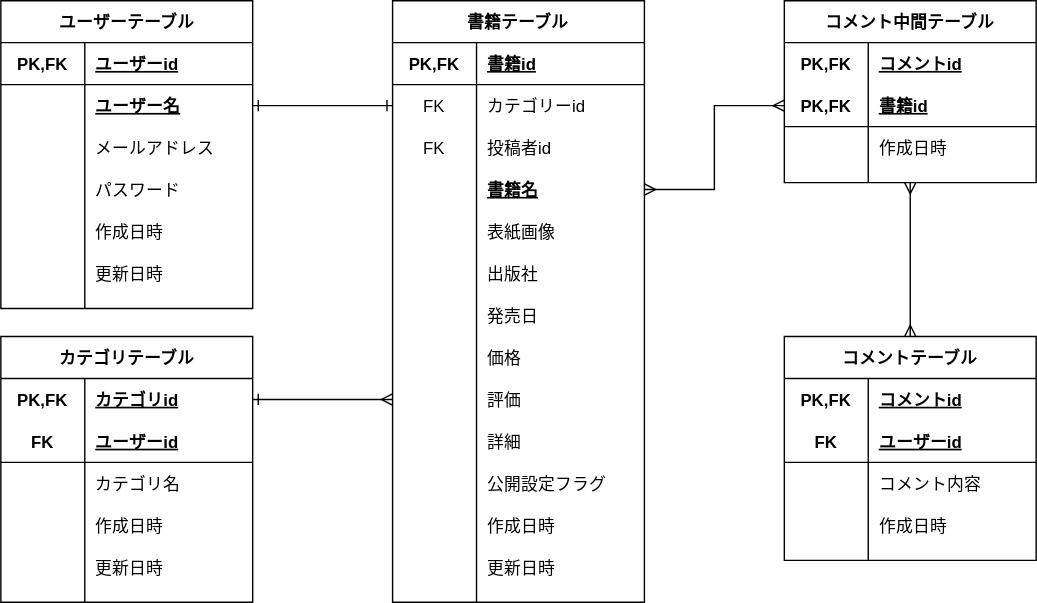
Earlier version of the draw.io export ERdiagram.drawio.svg (takumi98/EngineerBookshelf). Source tidied: cells renumbered, new cells last; positions are measured from the earlier drawing's top-left corner, leaving out a move shared by most shapes.
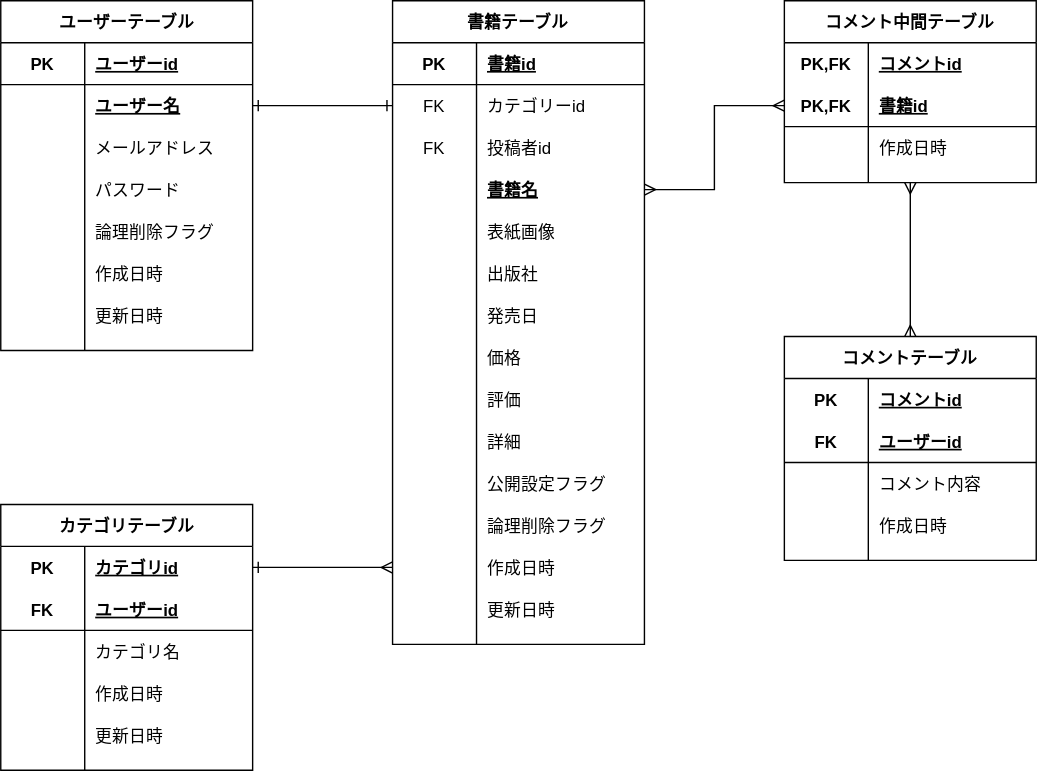
The same file after the commit.

Commit message:
[update]キーの整理

Change to the diagram source:
```diff
@@ -6,12 +6,12 @@
       <mxGeometry relative="1" as="geometry" />
     </mxCell>
     <mxCell id="3" value="ユーザーテーブル" style="shape=table;startSize=30;rowLines=0;fontStyle=1;align=center;" parent="1" vertex="1">
-      <mxGeometry width="180" height="220" as="geometry" />
+      <mxGeometry width="180" height="250" as="geometry" />
     </mxCell>
     <mxCell id="4" style="shape=partialRectangle;fillColor=none;top=0;left=0;bottom=1;right=0;" parent="3" vertex="1">
       <mxGeometry y="30" width="180" height="30" as="geometry" />
     </mxCell>
-    <mxCell id="5" value="PK,FK" style="shape=partialRectangle;fillColor=none;top=0;left=0;bottom=0;right=0;fontStyle=1;overflow=hidden;" parent="4" vertex="1">
+    <mxCell id="5" value="PK" style="shape=partialRectangle;fillColor=none;top=0;left=0;bottom=0;right=0;fontStyle=1;overflow=hidden;" parent="4" vertex="1">
       <mxGeometry width="60" height="30" as="geometry" />
     </mxCell>
     <mxCell id="6" value="ユーザーid" style="shape=partialRectangle;fillColor=none;top=0;left=0;bottom=0;right=0;align=left;spacingLeft=6;fontStyle=5;overflow=hidden;" parent="4" vertex="1">
@@ -50,11 +50,20 @@
     <mxCell id="17" style="shape=partialRectangle;fillColor=none;top=0;left=0;bottom=0;right=0;overflow=hidden;" parent="16" vertex="1">
       <mxGeometry width="60" height="30" as="geometry" />
     </mxCell>
-    <mxCell id="18" value="作成日時" style="shape=partialRectangle;fillColor=none;top=0;left=0;bottom=0;right=0;align=left;spacingLeft=6;overflow=hidden;" parent="16" vertex="1">
+    <mxCell id="18" value="論理削除フラグ" style="shape=partialRectangle;fillColor=none;top=0;left=0;bottom=0;right=0;align=left;spacingLeft=6;overflow=hidden;" parent="16" vertex="1">
       <mxGeometry x="60" width="120" height="30" as="geometry" />
     </mxCell>
+    <mxCell id="104" style="shape=partialRectangle;fillColor=none;top=0;left=0;bottom=0;right=0;" parent="3" vertex="1">
+      <mxGeometry y="180" width="180" height="30" as="geometry" />
+    </mxCell>
+    <mxCell id="105" style="shape=partialRectangle;fillColor=none;top=0;left=0;bottom=0;right=0;overflow=hidden;" parent="104" vertex="1">
+      <mxGeometry width="60" height="30" as="geometry" />
+    </mxCell>
+    <mxCell id="106" value="作成日時" style="shape=partialRectangle;fillColor=none;top=0;left=0;bottom=0;right=0;align=left;spacingLeft=6;overflow=hidden;" parent="104" vertex="1">
+      <mxGeometry x="60" width="120" height="30" as="geometry" />
+    </mxCell>
     <mxCell id="19" style="shape=partialRectangle;fillColor=none;top=0;left=0;bottom=0;right=0;" parent="3" vertex="1">
-      <mxGeometry y="180" width="180" height="30" as="geometry" />
+      <mxGeometry y="210" width="180" height="30" as="geometry" />
     </mxCell>
     <mxCell id="20" style="shape=partialRectangle;fillColor=none;top=0;left=0;bottom=0;right=0;overflow=hidden;" parent="19" vertex="1">
       <mxGeometry width="60" height="30" as="geometry" />
@@ -63,12 +72,12 @@
       <mxGeometry x="60" width="120" height="30" as="geometry" />
     </mxCell>
     <mxCell id="22" value="書籍テーブル" style="shape=table;startSize=30;rowLines=0;fontStyle=1;align=center;" parent="1" vertex="1">
-      <mxGeometry x="280" width="180" height="430" as="geometry" />
+      <mxGeometry x="280" width="180" height="460" as="geometry" />
     </mxCell>
     <mxCell id="23" style="shape=partialRectangle;fillColor=none;top=0;left=0;bottom=1;right=0;" parent="22" vertex="1">
       <mxGeometry y="30" width="180" height="30" as="geometry" />
     </mxCell>
-    <mxCell id="24" value="PK,FK" style="shape=partialRectangle;fillColor=none;top=0;left=0;bottom=0;right=0;fontStyle=1;overflow=hidden;" parent="23" vertex="1">
+    <mxCell id="24" value="PK" style="shape=partialRectangle;fillColor=none;top=0;left=0;bottom=0;right=0;fontStyle=1;overflow=hidden;" parent="23" vertex="1">
       <mxGeometry width="60" height="30" as="geometry" />
     </mxCell>
     <mxCell id="25" value="書籍id" style="shape=partialRectangle;fillColor=none;top=0;left=0;bottom=0;right=0;align=left;spacingLeft=6;fontStyle=5;overflow=hidden;" parent="23" vertex="1">
@@ -164,8 +173,17 @@
     <mxCell id="55" value="公開設定フラグ" style="shape=partialRectangle;fillColor=none;top=0;left=0;bottom=0;right=0;align=left;spacingLeft=6;overflow=hidden;" parent="53" vertex="1">
       <mxGeometry x="60" width="120" height="30" as="geometry" />
     </mxCell>
+    <mxCell id="107" style="shape=partialRectangle;fillColor=none;top=0;left=0;bottom=0;right=0;" parent="22" vertex="1">
+      <mxGeometry y="360" width="180" height="30" as="geometry" />
+    </mxCell>
+    <mxCell id="108" style="shape=partialRectangle;fillColor=none;top=0;left=0;bottom=0;right=0;overflow=hidden;" parent="107" vertex="1">
+      <mxGeometry width="60" height="30" as="geometry" />
+    </mxCell>
+    <mxCell id="109" value="論理削除フラグ" style="shape=partialRectangle;fillColor=none;top=0;left=0;bottom=0;right=0;align=left;spacingLeft=6;overflow=hidden;" parent="107" vertex="1">
+      <mxGeometry x="60" width="120" height="30" as="geometry" />
+    </mxCell>
     <mxCell id="56" style="shape=partialRectangle;fillColor=none;top=0;left=0;bottom=0;right=0;points=[[0,0.5],[1,0.5]];portConstraint=eastwest;" parent="22" vertex="1">
-      <mxGeometry y="360" width="180" height="30" as="geometry" />
+      <mxGeometry y="390" width="180" height="30" as="geometry" />
     </mxCell>
     <mxCell id="57" style="shape=partialRectangle;fillColor=none;top=0;left=0;bottom=0;right=0;overflow=hidden;" parent="56" vertex="1">
       <mxGeometry width="60" height="30" as="geometry" />
@@ -174,7 +192,7 @@
       <mxGeometry x="60" width="120" height="30" as="geometry" />
     </mxCell>
     <mxCell id="59" style="shape=partialRectangle;fillColor=none;top=0;left=0;bottom=0;right=0;" parent="22" vertex="1">
-      <mxGeometry y="390" width="180" height="30" as="geometry" />
+      <mxGeometry y="420" width="180" height="30" as="geometry" />
     </mxCell>
     <mxCell id="60" style="shape=partialRectangle;fillColor=none;top=0;left=0;bottom=0;right=0;overflow=hidden;" parent="59" vertex="1">
       <mxGeometry width="60" height="30" as="geometry" />
@@ -191,7 +209,7 @@
     <mxCell id="64" style="shape=partialRectangle;fillColor=none;top=0;left=0;bottom=0;right=0;" parent="63" vertex="1">
       <mxGeometry y="30" width="180" height="30" as="geometry" />
     </mxCell>
-    <mxCell id="65" value="PK,FK" style="shape=partialRectangle;fillColor=none;top=0;left=0;bottom=0;right=0;fontStyle=1;overflow=hidden;" parent="64" vertex="1">
+    <mxCell id="65" value="PK" style="shape=partialRectangle;fillColor=none;top=0;left=0;bottom=0;right=0;fontStyle=1;overflow=hidden;" parent="64" vertex="1">
       <mxGeometry width="60" height="30" as="geometry" />
     </mxCell>
     <mxCell id="66" value="コメントid" style="shape=partialRectangle;fillColor=none;top=0;left=0;bottom=0;right=0;align=left;spacingLeft=6;fontStyle=5;overflow=hidden;" parent="64" vertex="1">
@@ -255,12 +273,12 @@
       <mxGeometry x="60" width="120" height="30" as="geometry" />
     </mxCell>
     <mxCell id="86" value="カテゴリテーブル" style="shape=table;startSize=30;rowLines=0;fontStyle=1;align=center;" parent="1" vertex="1">
-      <mxGeometry y="240" width="180" height="190" as="geometry" />
+      <mxGeometry y="360" width="180" height="190" as="geometry" />
     </mxCell>
     <mxCell id="87" style="shape=partialRectangle;fillColor=none;top=0;left=0;bottom=0;right=0;points=[[0,0.5],[1,0.5]];portConstraint=eastwest;" parent="86" vertex="1">
       <mxGeometry y="30" width="180" height="30" as="geometry" />
     </mxCell>
-    <mxCell id="88" value="PK,FK" style="shape=partialRectangle;fillColor=none;top=0;left=0;bottom=0;right=0;fontStyle=1;overflow=hidden;" parent="87" vertex="1">
+    <mxCell id="88" value="PK" style="shape=partialRectangle;fillColor=none;top=0;left=0;bottom=0;right=0;fontStyle=1;overflow=hidden;" parent="87" vertex="1">
       <mxGeometry width="60" height="30" as="geometry" />
     </mxCell>
     <mxCell id="89" value="カテゴリid" style="shape=partialRectangle;fillColor=none;top=0;left=0;bottom=0;right=0;align=left;spacingLeft=6;fontStyle=5;overflow=hidden;" parent="87" vertex="1">
@@ -305,7 +323,7 @@
     <mxCell id="102" style="edgeStyle=orthogonalEdgeStyle;rounded=0;jettySize=auto;html=1;exitX=0;exitY=0.5;exitDx=0;exitDy=0;entryX=1;entryY=0.5;entryDx=0;entryDy=0;startArrow=ERmany;startFill=0;endArrow=ERmany;endFill=0;" parent="1" edge="1" source="80" target="32">
       <mxGeometry relative="1" as="geometry" />
     </mxCell>
-    <mxCell id="103" style="edgeStyle=orthogonalEdgeStyle;rounded=0;jettySize=auto;html=1;exitX=1;exitY=0.5;exitDx=0;exitDy=0;entryX=0;entryY=0.5;entryDx=0;entryDy=0;startArrow=ERone;startFill=0;endArrow=ERmany;endFill=0;" parent="1" edge="1" source="87" target="47">
+    <mxCell id="103" style="edgeStyle=orthogonalEdgeStyle;rounded=0;jettySize=auto;html=1;exitX=1;exitY=0.5;exitDx=0;exitDy=0;entryX=0;entryY=0.5;entryDx=0;entryDy=0;startArrow=ERone;startFill=0;endArrow=ERmany;endFill=0;" parent="1" edge="1" source="87" target="56">
       <mxGeometry relative="1" as="geometry" />
     </mxCell>
   </root>
```
